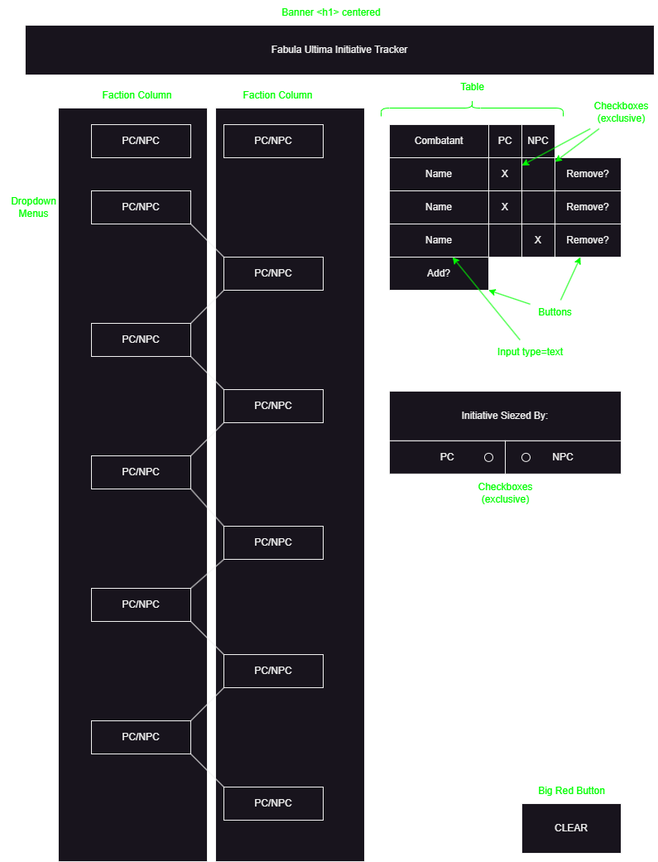
Before: UI.png, a diagram exported from draw.io (NerdyOgre254/Fabula-Ultima-Initiative). Source tidied: cells renumbered, new cells last; positions are measured from the earlier drawing's top-left corner, leaving out a move shared by most shapes. The source it was exported from:
```xml
<mxGraphModel>
  <root>
    <mxCell id="0" />
    <mxCell id="1" parent="0" />
    <mxCell id="2" style="rounded=0;whiteSpace=wrap;html=1;" parent="1" vertex="1">
      <mxGeometry x="70" y="130" width="180" height="910" as="geometry" />
    </mxCell>
    <mxCell id="3" style="rounded=0;whiteSpace=wrap;html=1;" parent="1" vertex="1">
      <mxGeometry x="260" y="130" width="180" height="910" as="geometry" />
    </mxCell>
    <mxCell id="4" value="Fabula Ultima Initiative Tracker" style="rounded=0;whiteSpace=wrap;html=1;" parent="1" vertex="1">
      <mxGeometry x="30" y="30" width="760" height="60" as="geometry" />
    </mxCell>
    <mxCell id="5" value="PC/NPC" style="rounded=0;whiteSpace=wrap;html=1;" parent="1" vertex="1">
      <mxGeometry x="110" y="230" width="120" height="40" as="geometry" />
    </mxCell>
    <mxCell id="6" value="PC/NPC" style="rounded=0;whiteSpace=wrap;html=1;" parent="1" vertex="1">
      <mxGeometry x="270" y="310" width="120" height="40" as="geometry" />
    </mxCell>
    <mxCell id="7" value="PC/NPC" style="rounded=0;whiteSpace=wrap;html=1;" parent="1" vertex="1">
      <mxGeometry x="110" y="390" width="120" height="40" as="geometry" />
    </mxCell>
    <mxCell id="8" value="PC/NPC" style="rounded=0;whiteSpace=wrap;html=1;" parent="1" vertex="1">
      <mxGeometry x="270" y="470" width="120" height="40" as="geometry" />
    </mxCell>
    <mxCell id="9" value="PC/NPC" style="rounded=0;whiteSpace=wrap;html=1;" parent="1" vertex="1">
      <mxGeometry x="110" y="550" width="120" height="40" as="geometry" />
    </mxCell>
    <mxCell id="10" value="PC/NPC" style="rounded=0;whiteSpace=wrap;html=1;" parent="1" vertex="1">
      <mxGeometry x="270" y="635" width="120" height="40" as="geometry" />
    </mxCell>
    <mxCell id="11" value="PC/NPC" style="rounded=0;whiteSpace=wrap;html=1;" parent="1" vertex="1">
      <mxGeometry x="110" y="710" width="120" height="40" as="geometry" />
    </mxCell>
    <mxCell id="12" value="PC/NPC" style="rounded=0;whiteSpace=wrap;html=1;" parent="1" vertex="1">
      <mxGeometry x="270" y="790" width="120" height="40" as="geometry" />
    </mxCell>
    <mxCell id="13" value="PC/NPC" style="rounded=0;whiteSpace=wrap;html=1;" parent="1" vertex="1">
      <mxGeometry x="110" y="870" width="120" height="40" as="geometry" />
    </mxCell>
    <mxCell id="14" value="PC/NPC" style="rounded=0;whiteSpace=wrap;html=1;" parent="1" vertex="1">
      <mxGeometry x="270" y="950" width="120" height="40" as="geometry" />
    </mxCell>
    <mxCell id="15" value="PC/NPC" style="rounded=0;whiteSpace=wrap;html=1;" parent="1" vertex="1">
      <mxGeometry x="110" y="150" width="120" height="40" as="geometry" />
    </mxCell>
    <mxCell id="16" value="PC/NPC" style="rounded=0;whiteSpace=wrap;html=1;" parent="1" vertex="1">
      <mxGeometry x="270" y="150" width="120" height="40" as="geometry" />
    </mxCell>
    <mxCell id="17" style="endArrow=none;html=1;rounded=0;entryX=1;entryY=1;entryDx=0;entryDy=0;exitX=0;exitY=0;exitDx=0;exitDy=0;" parent="1" edge="1" source="6" target="5">
      <mxGeometry relative="1" as="geometry" />
    </mxCell>
    <mxCell id="18" style="endArrow=none;html=1;rounded=0;entryX=1;entryY=1;entryDx=0;entryDy=0;exitX=0;exitY=0;exitDx=0;exitDy=0;" parent="1" edge="1">
      <mxGeometry relative="1" as="geometry">
        <mxPoint x="270" y="470" as="sourcePoint" />
        <mxPoint x="230" y="430" as="targetPoint" />
      </mxGeometry>
    </mxCell>
    <mxCell id="19" style="endArrow=none;html=1;rounded=0;entryX=1;entryY=1;entryDx=0;entryDy=0;exitX=0;exitY=0;exitDx=0;exitDy=0;" parent="1" edge="1" source="10">
      <mxGeometry relative="1" as="geometry">
        <mxPoint x="230" y="590" as="targetPoint" />
      </mxGeometry>
    </mxCell>
    <mxCell id="20" style="endArrow=none;html=1;rounded=0;entryX=1;entryY=1;entryDx=0;entryDy=0;exitX=0;exitY=0;exitDx=0;exitDy=0;" parent="1" edge="1">
      <mxGeometry relative="1" as="geometry">
        <mxPoint x="270" y="790" as="sourcePoint" />
        <mxPoint x="230" y="750" as="targetPoint" />
      </mxGeometry>
    </mxCell>
    <mxCell id="21" style="endArrow=none;html=1;rounded=0;entryX=1;entryY=0;entryDx=0;entryDy=0;exitX=0;exitY=1;exitDx=0;exitDy=0;" parent="1" edge="1" source="6" target="7">
      <mxGeometry relative="1" as="geometry" />
    </mxCell>
    <mxCell id="22" style="endArrow=none;html=1;rounded=0;entryX=1;entryY=0;entryDx=0;entryDy=0;exitX=0;exitY=1;exitDx=0;exitDy=0;" parent="1" edge="1" source="8" target="9">
      <mxGeometry relative="1" as="geometry" />
    </mxCell>
    <mxCell id="23" style="endArrow=none;html=1;rounded=0;entryX=1;entryY=0;entryDx=0;entryDy=0;exitX=0;exitY=1;exitDx=0;exitDy=0;" parent="1" edge="1" source="10" target="11">
      <mxGeometry relative="1" as="geometry" />
    </mxCell>
    <mxCell id="24" style="endArrow=none;html=1;rounded=0;entryX=1;entryY=0;entryDx=0;entryDy=0;exitX=0;exitY=1;exitDx=0;exitDy=0;" parent="1" edge="1" source="12" target="13">
      <mxGeometry relative="1" as="geometry" />
    </mxCell>
    <mxCell id="25" style="endArrow=none;html=1;rounded=0;entryX=1;entryY=1;entryDx=0;entryDy=0;exitX=0;exitY=0;exitDx=0;exitDy=0;" parent="1" edge="1" source="14" target="13">
      <mxGeometry relative="1" as="geometry" />
    </mxCell>
    <mxCell id="26" value="Combatant" style="rounded=0;whiteSpace=wrap;html=1;" parent="1" vertex="1">
      <mxGeometry x="470" y="150" width="120" height="40" as="geometry" />
    </mxCell>
    <mxCell id="27" value="PC" style="rounded=0;whiteSpace=wrap;html=1;" parent="1" vertex="1">
      <mxGeometry x="590" y="150" width="40" height="40" as="geometry" />
    </mxCell>
    <mxCell id="28" value="NPC" style="rounded=0;whiteSpace=wrap;html=1;" parent="1" vertex="1">
      <mxGeometry x="630" y="150" width="40" height="40" as="geometry" />
    </mxCell>
    <mxCell id="29" value="Name" style="rounded=0;whiteSpace=wrap;html=1;" parent="1" vertex="1">
      <mxGeometry x="470" y="190" width="120" height="40" as="geometry" />
    </mxCell>
    <mxCell id="30" value="X" style="rounded=0;whiteSpace=wrap;html=1;" parent="1" vertex="1">
      <mxGeometry x="590" y="190" width="40" height="40" as="geometry" />
    </mxCell>
    <mxCell id="31" value="Name" style="rounded=0;whiteSpace=wrap;html=1;" parent="1" vertex="1">
      <mxGeometry x="470" y="230" width="120" height="40" as="geometry" />
    </mxCell>
    <mxCell id="32" style="rounded=0;whiteSpace=wrap;html=1;" parent="1" vertex="1">
      <mxGeometry x="630" y="190" width="40" height="40" as="geometry" />
    </mxCell>
    <mxCell id="33" value="X" style="rounded=0;whiteSpace=wrap;html=1;" parent="1" vertex="1">
      <mxGeometry x="590" y="230" width="40" height="40" as="geometry" />
    </mxCell>
    <mxCell id="34" style="rounded=0;whiteSpace=wrap;html=1;" parent="1" vertex="1">
      <mxGeometry x="630" y="230" width="40" height="40" as="geometry" />
    </mxCell>
    <mxCell id="35" style="rounded=0;whiteSpace=wrap;html=1;" parent="1" vertex="1">
      <mxGeometry x="590" y="270" width="40" height="40" as="geometry" />
    </mxCell>
    <mxCell id="36" value="X" style="rounded=0;whiteSpace=wrap;html=1;" parent="1" vertex="1">
      <mxGeometry x="630" y="270" width="40" height="40" as="geometry" />
    </mxCell>
    <mxCell id="37" value="Name" style="rounded=0;whiteSpace=wrap;html=1;" parent="1" vertex="1">
      <mxGeometry x="470" y="270" width="120" height="40" as="geometry" />
    </mxCell>
    <mxCell id="38" value="Remove?" style="rounded=0;whiteSpace=wrap;html=1;" parent="1" vertex="1">
      <mxGeometry x="670" y="190" width="80" height="40" as="geometry" />
    </mxCell>
    <mxCell id="39" value="Remove?" style="rounded=0;whiteSpace=wrap;html=1;" parent="1" vertex="1">
      <mxGeometry x="670" y="230" width="80" height="40" as="geometry" />
    </mxCell>
    <mxCell id="40" value="Remove?" style="rounded=0;whiteSpace=wrap;html=1;" parent="1" vertex="1">
      <mxGeometry x="670" y="270" width="80" height="40" as="geometry" />
    </mxCell>
    <mxCell id="41" value="Add?" style="rounded=0;whiteSpace=wrap;html=1;" parent="1" vertex="1">
      <mxGeometry x="470" y="310" width="120" height="40" as="geometry" />
    </mxCell>
    <mxCell id="42" value="Banner &amp;lt;h1&amp;gt; centered" style="text;html=1;strokeColor=none;fillColor=none;align=center;verticalAlign=middle;whiteSpace=wrap;rounded=0;fontColor=#00FF00;" parent="1" vertex="1">
      <mxGeometry x="210" width="380" height="30" as="geometry" />
    </mxCell>
    <mxCell id="43" value="&lt;font color=&quot;#00ff00&quot;&gt;Dropdown&lt;br&gt;Menus&lt;br&gt;&lt;/font&gt;" style="text;html=1;align=center;verticalAlign=middle;strokeColor=none;fillColor=none;" parent="1" vertex="1">
      <mxGeometry y="230" width="80" height="40" as="geometry" />
    </mxCell>
    <mxCell id="44" value="&lt;font color=&quot;#00ff00&quot;&gt;Buttons&lt;/font&gt;" style="text;html=1;align=center;verticalAlign=middle;points=[];strokeColor=none;fillColor=none;" parent="1" vertex="1">
      <mxGeometry x="640" y="361.9" width="60" height="30" as="geometry" />
    </mxCell>
    <mxCell id="45" style="endArrow=classic;html=1;rounded=0;fillColor=#60a917;strokeColor=#00FF00;" parent="1" edge="1" source="44" target="41">
      <mxGeometry relative="1" as="geometry" />
    </mxCell>
    <mxCell id="46" style="endArrow=classic;html=1;rounded=0;fillColor=#60a917;strokeColor=#00FF00;" parent="1" edge="1" source="44" target="40">
      <mxGeometry relative="1" as="geometry" />
    </mxCell>
    <mxCell id="47" value="&lt;font color=&quot;#00ff00&quot;&gt;Input type=text&lt;/font&gt;" style="text;html=1;align=center;verticalAlign=middle;points=[];strokeColor=none;fillColor=none;" parent="1" vertex="1">
      <mxGeometry x="590" y="410" width="100" height="30" as="geometry" />
    </mxCell>
    <mxCell id="48" style="endArrow=classic;html=1;rounded=0;fillColor=#60a917;strokeColor=#00FF00;" parent="1" edge="1" source="47" target="37">
      <mxGeometry relative="1" as="geometry" />
    </mxCell>
    <mxCell id="49" style="shape=curlyBracket;whiteSpace=wrap;html=1;rounded=1;flipH=1;labelPosition=right;verticalLabelPosition=middle;align=left;verticalAlign=middle;rotation=-90;size=0.4999999999999886;strokeColor=#00FF00;" parent="1" vertex="1">
      <mxGeometry x="560" y="20" width="20" height="220" as="geometry" />
    </mxCell>
    <mxCell id="50" value="&lt;font color=&quot;#00ff00&quot;&gt;Table&lt;/font&gt;" style="text;html=1;align=center;verticalAlign=middle;strokeColor=none;fillColor=none;" parent="1" vertex="1">
      <mxGeometry x="545" y="90" width="50" height="30" as="geometry" />
    </mxCell>
    <mxCell id="51" value="Initiative Siezed By:" style="rounded=0;whiteSpace=wrap;html=1;" parent="1" vertex="1">
      <mxGeometry x="470" y="471.9" width="280" height="60" as="geometry" />
    </mxCell>
    <mxCell id="52" value="PC" style="rounded=0;whiteSpace=wrap;html=1;" parent="1" vertex="1">
      <mxGeometry x="470" y="531.9" width="140" height="40" as="geometry" />
    </mxCell>
    <mxCell id="53" value="NPC" style="rounded=0;whiteSpace=wrap;html=1;" parent="1" vertex="1">
      <mxGeometry x="610" y="531.9" width="140" height="40" as="geometry" />
    </mxCell>
    <mxCell id="54" value="&lt;font color=&quot;#00ff00&quot;&gt;Checkboxes&lt;br&gt;(exclusive)&lt;br&gt;&lt;/font&gt;" style="text;html=1;align=center;verticalAlign=middle;points=[];strokeColor=none;fillColor=none;" parent="1" vertex="1">
      <mxGeometry x="705" y="115" width="90" height="40" as="geometry" />
    </mxCell>
    <mxCell id="55" style="endArrow=classic;html=1;rounded=0;fillColor=#60a917;strokeColor=#00FF00;" parent="1" edge="1" source="54" target="32">
      <mxGeometry relative="1" as="geometry" />
    </mxCell>
    <mxCell id="56" style="endArrow=classic;html=1;rounded=0;fillColor=#60a917;strokeColor=#00FF00;" parent="1" edge="1" source="54" target="30">
      <mxGeometry relative="1" as="geometry" />
    </mxCell>
    <mxCell id="57" value="&lt;font color=&quot;#00ff00&quot;&gt;Checkboxes&lt;br&gt;(exclusive)&lt;br&gt;&lt;/font&gt;" style="text;html=1;align=center;verticalAlign=middle;strokeColor=none;fillColor=none;" parent="1" vertex="1">
      <mxGeometry x="565" y="575" width="90" height="40" as="geometry" />
    </mxCell>
    <mxCell id="58" style="ellipse;whiteSpace=wrap;html=1;" parent="1" vertex="1">
      <mxGeometry x="585" y="546.9" width="10" height="10" as="geometry" />
    </mxCell>
    <mxCell id="59" style="ellipse;whiteSpace=wrap;html=1;" parent="1" vertex="1">
      <mxGeometry x="630" y="546.9" width="10" height="10" as="geometry" />
    </mxCell>
    <mxCell id="60" value="&lt;font color=&quot;#00ff00&quot;&gt;Faction Column&lt;br&gt;&lt;/font&gt;" style="text;html=1;align=center;verticalAlign=middle;strokeColor=none;fillColor=none;" parent="1" vertex="1">
      <mxGeometry x="110" y="100" width="110" height="30" as="geometry" />
    </mxCell>
    <mxCell id="61" value="&lt;font color=&quot;#00ff00&quot;&gt;Faction Column&lt;br&gt;&lt;/font&gt;" style="text;html=1;align=center;verticalAlign=middle;strokeColor=none;fillColor=none;" parent="1" vertex="1">
      <mxGeometry x="280" y="100" width="110" height="30" as="geometry" />
    </mxCell>
    <mxCell id="62" value="CLEAR" style="rounded=0;whiteSpace=wrap;html=1;" parent="1" vertex="1">
      <mxGeometry x="630" y="970" width="120" height="60" as="geometry" />
    </mxCell>
    <mxCell id="63" value="&lt;font color=&quot;#00ff00&quot;&gt;Big Red Button&lt;/font&gt;" style="text;html=1;align=center;verticalAlign=middle;strokeColor=none;fillColor=none;" parent="1" vertex="1">
      <mxGeometry x="640" y="940" width="100" height="30" as="geometry" />
    </mxCell>
  </root>
</mxGraphModel>
```
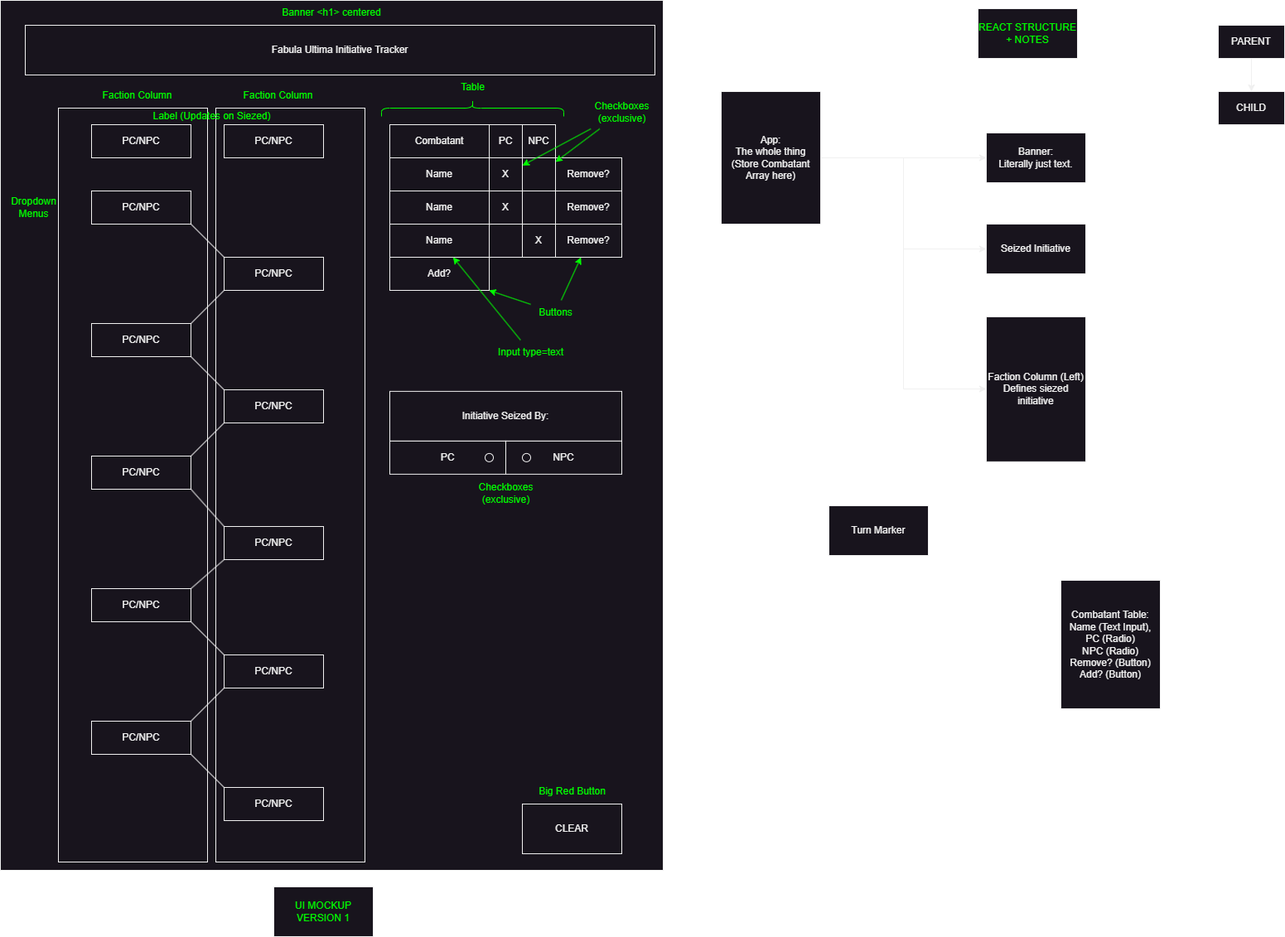
After the change.

Commit message:
Vite Cleanup + Tailwind Install + Banner JSX

Change to the diagram source:
```diff
@@ -2,6 +2,9 @@
   <root>
     <mxCell id="0" />
     <mxCell id="1" parent="0" />
+    <mxCell id="64" style="rounded=0;whiteSpace=wrap;html=1;" parent="1" vertex="1">
+      <mxGeometry width="800" height="1050" as="geometry" />
+    </mxCell>
     <mxCell id="2" style="rounded=0;whiteSpace=wrap;html=1;" parent="1" vertex="1">
       <mxGeometry x="70" y="130" width="180" height="910" as="geometry" />
     </mxCell>
@@ -157,7 +160,7 @@
     <mxCell id="50" value="&lt;font color=&quot;#00ff00&quot;&gt;Table&lt;/font&gt;" style="text;html=1;align=center;verticalAlign=middle;strokeColor=none;fillColor=none;" parent="1" vertex="1">
       <mxGeometry x="545" y="90" width="50" height="30" as="geometry" />
     </mxCell>
-    <mxCell id="51" value="Initiative Siezed By:" style="rounded=0;whiteSpace=wrap;html=1;" parent="1" vertex="1">
+    <mxCell id="51" value="Initiative Seized By:" style="rounded=0;whiteSpace=wrap;html=1;" parent="1" vertex="1">
       <mxGeometry x="470" y="471.9" width="280" height="60" as="geometry" />
     </mxCell>
     <mxCell id="52" value="PC" style="rounded=0;whiteSpace=wrap;html=1;" parent="1" vertex="1">
@@ -196,5 +199,59 @@
     <mxCell id="63" value="&lt;font color=&quot;#00ff00&quot;&gt;Big Red Button&lt;/font&gt;" style="text;html=1;align=center;verticalAlign=middle;strokeColor=none;fillColor=none;" parent="1" vertex="1">
       <mxGeometry x="640" y="940" width="100" height="30" as="geometry" />
     </mxCell>
+    <mxCell id="65" style="edgeStyle=orthogonalEdgeStyle;rounded=0;jettySize=auto;html=1;" parent="1" edge="1" source="68" target="70">
+      <mxGeometry relative="1" as="geometry">
+        <Array as="points">
+          <mxPoint x="1290" y="190" />
+        </Array>
+      </mxGeometry>
+    </mxCell>
+    <mxCell id="66" style="edgeStyle=orthogonalEdgeStyle;rounded=0;jettySize=auto;html=1;" parent="1" edge="1" source="68" target="72">
+      <mxGeometry relative="1" as="geometry" />
+    </mxCell>
+    <mxCell id="67" style="edgeStyle=orthogonalEdgeStyle;rounded=0;jettySize=auto;html=1;" parent="1" edge="1" source="68" target="73">
+      <mxGeometry relative="1" as="geometry">
+        <Array as="points">
+          <mxPoint x="1090" y="190" />
+          <mxPoint x="1090" y="469" />
+        </Array>
+      </mxGeometry>
+    </mxCell>
+    <mxCell id="68" value="&lt;div style=&quot;&quot;&gt;&lt;span style=&quot;background-color: initial;&quot;&gt;App:&lt;/span&gt;&lt;/div&gt;&lt;div style=&quot;&quot;&gt;&lt;span style=&quot;background-color: initial;&quot;&gt;The whole thing&lt;/span&gt;&lt;/div&gt;&lt;div style=&quot;&quot;&gt;&lt;span style=&quot;background-color: initial;&quot;&gt;(Store Combatant Array here)&lt;/span&gt;&lt;/div&gt;" style="rounded=0;whiteSpace=wrap;html=1;align=center;" parent="1" vertex="1">
+      <mxGeometry x="870" y="110" width="120" height="160" as="geometry" />
+    </mxCell>
+    <mxCell id="69" value="&lt;font color=&quot;#00ff00&quot;&gt;UI MOCKUP VERSION 1&lt;/font&gt;" style="rounded=0;whiteSpace=wrap;html=1;" parent="1" vertex="1">
+      <mxGeometry x="330" y="1070" width="120" height="60" as="geometry" />
+    </mxCell>
+    <mxCell id="70" value="Banner:&lt;br&gt;Literally just text." style="whiteSpace=wrap;html=1;" parent="1" vertex="1">
+      <mxGeometry x="1190" y="160" width="120" height="60" as="geometry" />
+    </mxCell>
+    <mxCell id="71" value="Combatant Table:&lt;br&gt;Name (Text Input),&lt;br&gt;PC (Radio)&lt;br&gt;NPC (Radio)&lt;br&gt;Remove? (Button)&lt;br&gt;Add? (Button)" style="whiteSpace=wrap;html=1;" parent="1" vertex="1">
+      <mxGeometry x="1280" y="700" width="120" height="155" as="geometry" />
+    </mxCell>
+    <mxCell id="72" value="Seized Initiative&lt;br&gt;" style="whiteSpace=wrap;html=1;" parent="1" vertex="1">
+      <mxGeometry x="1190" y="270" width="120" height="60" as="geometry" />
+    </mxCell>
+    <mxCell id="73" value="Faction Column (Left)&lt;br&gt;Defines siezed initiative&lt;br&gt;" style="whiteSpace=wrap;html=1;" parent="1" vertex="1">
+      <mxGeometry x="1190" y="381.9" width="120" height="175" as="geometry" />
+    </mxCell>
+    <mxCell id="74" value="Turn Marker" style="whiteSpace=wrap;html=1;" parent="1" vertex="1">
+      <mxGeometry x="1000" y="610" width="120" height="60" as="geometry" />
+    </mxCell>
+    <mxCell id="75" value="&lt;font color=&quot;#00ff00&quot;&gt;Label (Updates on Siezed)&lt;br&gt;&lt;/font&gt;" style="text;html=1;align=center;verticalAlign=middle;strokeColor=none;fillColor=none;" parent="1" vertex="1">
+      <mxGeometry x="170" y="125" width="170" height="30" as="geometry" />
+    </mxCell>
+    <mxCell id="76" value="&lt;font color=&quot;#00ff00&quot;&gt;REACT STRUCTURE&lt;br&gt;+ NOTES&lt;br&gt;&lt;/font&gt;" style="rounded=0;whiteSpace=wrap;html=1;" parent="1" vertex="1">
+      <mxGeometry x="1180" y="10" width="120" height="60" as="geometry" />
+    </mxCell>
+    <mxCell id="77" style="edgeStyle=orthogonalEdgeStyle;rounded=0;jettySize=auto;html=1;" parent="1" edge="1" source="78" target="79">
+      <mxGeometry relative="1" as="geometry" />
+    </mxCell>
+    <mxCell id="78" value="PARENT" style="whiteSpace=wrap;html=1;" parent="1" vertex="1">
+      <mxGeometry x="1470" y="30" width="80" height="40" as="geometry" />
+    </mxCell>
+    <mxCell id="79" value="CHILD" style="whiteSpace=wrap;html=1;" parent="1" vertex="1">
+      <mxGeometry x="1470" y="110" width="80" height="40" as="geometry" />
+    </mxCell>
   </root>
 </mxGraphModel>
```
